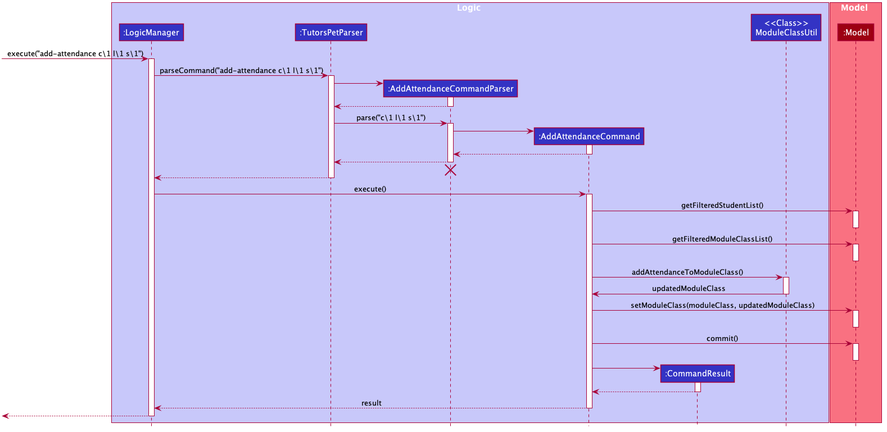
Before: docs/images/AddAttendanceSequenceDiagram.png, a diagram exported from PlantUML (ypinhsuan/tp). The source it was exported from:
```plantuml
@startuml








skinparam BackgroundColor #FFFFFFF

skinparam Shadowing false

skinparam Class {
    FontColor #FFFFFF
    BorderThickness 1
    BorderColor #FFFFFF
    StereotypeFontColor #FFFFFF
    FontName Arial
}

skinparam Actor {
    BorderColor #000000
    Color #000000
    FontName Arial
}

skinparam Sequence {
    MessageAlign center
    BoxFontSize 15
    BoxPadding 0
    BoxFontColor #FFFFFF
    FontName Arial
}

skinparam Participant {
    FontColor #FFFFFFF
    Padding 20
}

skinparam MinClassWidth 50
skinparam ParticipantPadding 10
skinparam Shadowing false
skinparam DefaultTextAlignment center
skinparam packageStyle Rectangle

hide footbox
hide members
hide circle

box Logic #C8C8FA
participant ":LogicManager" as LogicManager #3333C4
participant ":TutorsPetParser" as TutorsPetParser #3333C4
participant ":AddAttendanceCommandParser" as AddAttendanceCommandParser #3333C4
participant ":AddAttendanceCommand" as AddAttendanceCommand #3333C4
participant ":CommandResult" as CommandResult #3333C4
participant "<<Class>>\nModuleClassUtil" as ModuleClassUtil #3333C4
end box

box Model #F97181
participant ":Model" as Model #9D0012
end box

[-> LogicManager : execute("add-attendance c\1 l\1 s\1")
activate LogicManager

LogicManager -> TutorsPetParser : parseCommand("add-attendance c\1 l\1 s\1")
activate TutorsPetParser

create AddAttendanceCommandParser
TutorsPetParser -> AddAttendanceCommandParser
activate AddAttendanceCommandParser

AddAttendanceCommandParser --> TutorsPetParser
deactivate AddAttendanceCommandParser

TutorsPetParser -> AddAttendanceCommandParser: parse("c\1 l\1 s\1")
activate AddAttendanceCommandParser

create AddAttendanceCommand
AddAttendanceCommandParser -> AddAttendanceCommand
activate AddAttendanceCommand

AddAttendanceCommand --> AddAttendanceCommandParser
deactivate AddAttendanceCommand

AddAttendanceCommandParser --> TutorsPetParser
deactivate AddAttendanceCommandParser
AddAttendanceCommandParser -[hidden]-> TutorsPetParser
destroy AddAttendanceCommandParser

TutorsPetParser --> LogicManager
deactivate TutorsPetParser

LogicManager -> AddAttendanceCommand : execute()
activate AddAttendanceCommand

AddAttendanceCommand -> Model : getFilteredStudentList()
activate Model
deactivate Model

AddAttendanceCommand -> Model : getFilteredModuleClassList()
activate Model
deactivate Model

AddAttendanceCommand -> ModuleClassUtil : addAttendanceToModuleClass()
activate ModuleClassUtil

ModuleClassUtil -> AddAttendanceCommand : updatedModuleClass
deactivate ModuleClassUtil

AddAttendanceCommand -> Model : setModuleClass(moduleClass, updatedModuleClass)
activate Model
deactivate Model

AddAttendanceCommand -> Model : commit()
activate Model
deactivate Model

create CommandResult
AddAttendanceCommand -> CommandResult
activate CommandResult

CommandResult --> AddAttendanceCommand
deactivate CommandResult

AddAttendanceCommand --> LogicManager : result
deactivate AddAttendanceCommand

[<--LogicManager
deactivate LogicManager
@enduml
```
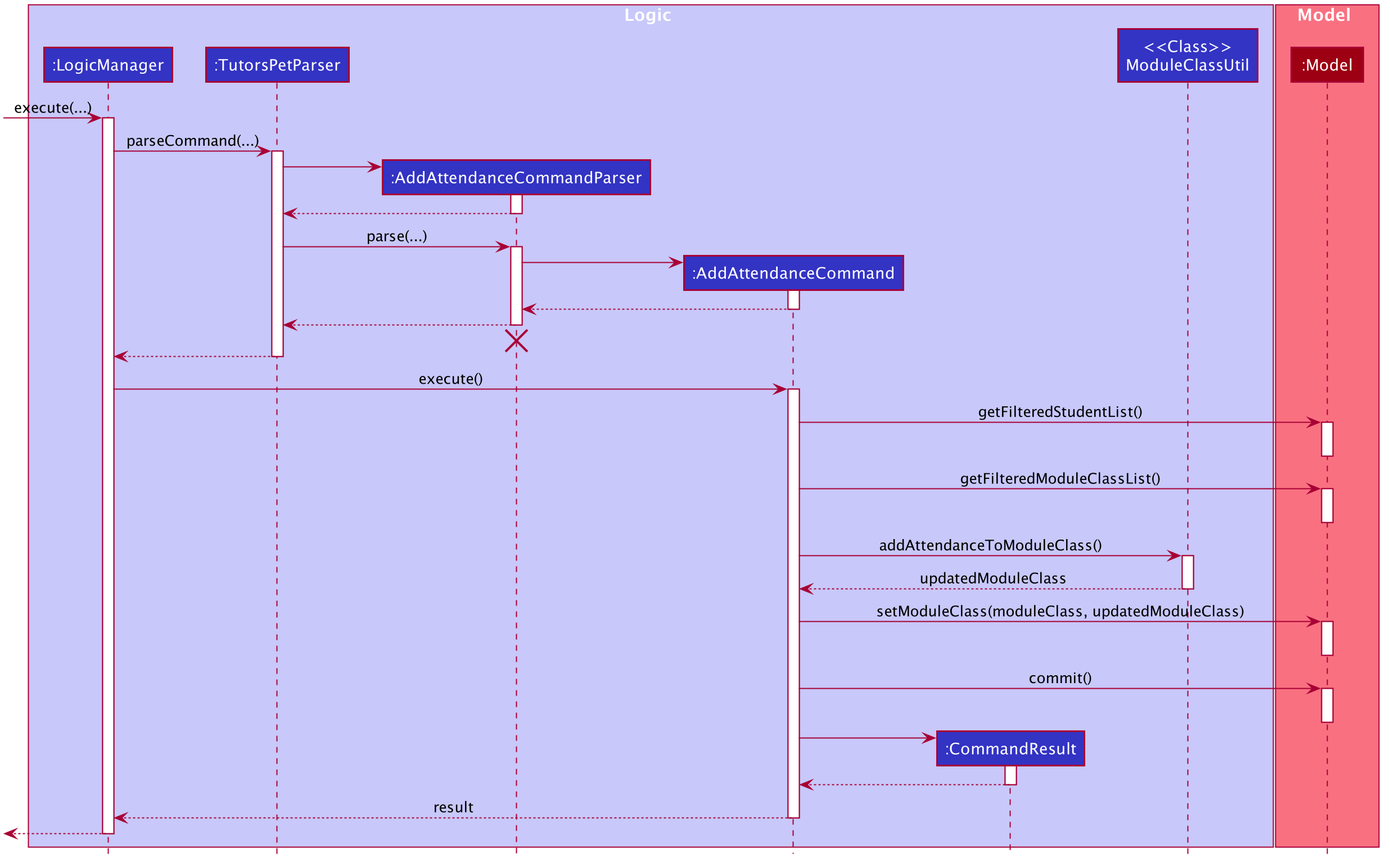
Later version of the same file.

What changed in the source:
```diff
@@ -61,10 +61,10 @@
 participant ":Model" as Model #9D0012
 end box
 
-[-> LogicManager : execute("add-attendance c\1 l\1 s\1")
+[-> LogicManager : execute(...)
 activate LogicManager
 
-LogicManager -> TutorsPetParser : parseCommand("add-attendance c\1 l\1 s\1")
+LogicManager -> TutorsPetParser : parseCommand(...)
 activate TutorsPetParser
 
 create AddAttendanceCommandParser
@@ -74,7 +74,7 @@
 AddAttendanceCommandParser --> TutorsPetParser
 deactivate AddAttendanceCommandParser
 
-TutorsPetParser -> AddAttendanceCommandParser: parse("c\1 l\1 s\1")
+TutorsPetParser -> AddAttendanceCommandParser: parse(...)
 activate AddAttendanceCommandParser
 
 create AddAttendanceCommand
@@ -106,7 +106,7 @@
 AddAttendanceCommand -> ModuleClassUtil : addAttendanceToModuleClass()
 activate ModuleClassUtil
 
-ModuleClassUtil -> AddAttendanceCommand : updatedModuleClass
+ModuleClassUtil --> AddAttendanceCommand : updatedModuleClass
 deactivate ModuleClassUtil
 
 AddAttendanceCommand -> Model : setModuleClass(moduleClass, updatedModuleClass)
```
